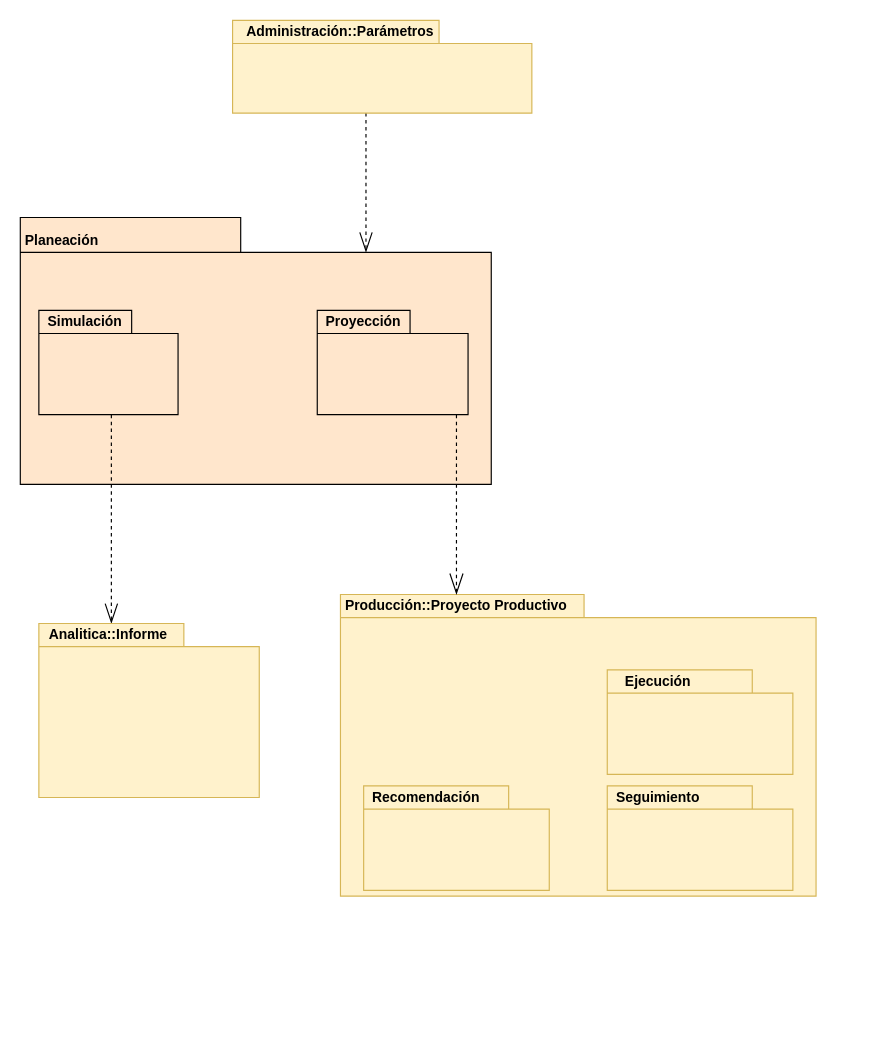
Above: EverGreen/Lab-I/DiagramaPaquetes.drawio in Sebassllr/Enfasis-III (draw.io), before the change. Source tidied: cells renumbered, new cells numbered last; positions are measured from the earlier drawing's top-left corner, leaving out a move shared by most shapes. Both pictures are drawn from the tidied source at 116%, with x=0, y=0 at pixel (20, 20).
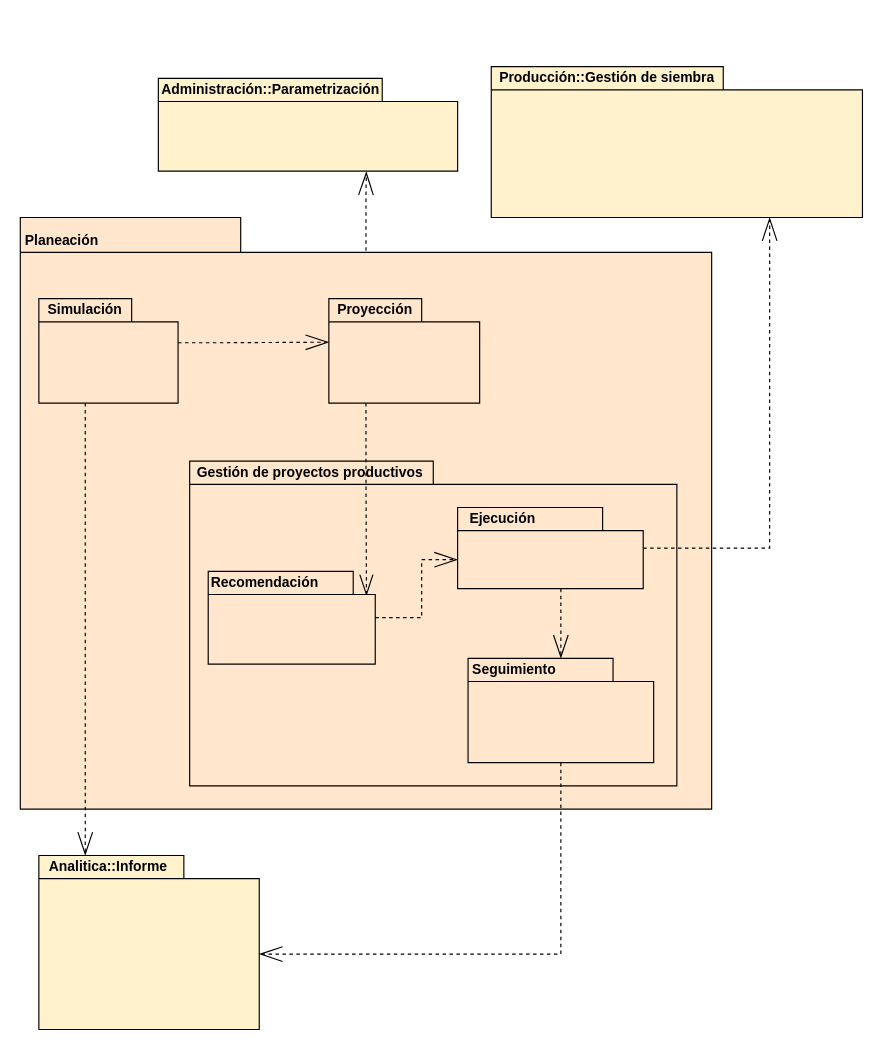
The same page after the edit.

Commit message:
Improve diagram based on JB comments

Diff of the diagram source:
```diff
@@
+    <mxCell id="23" style="edgeStyle=orthogonalEdgeStyle;rounded=0;jettySize=auto;html=1;entryX=0.695;entryY=1.006;entryDx=0;entryDy=0;entryPerimeter=0;dashed=1;endArrow=openThin;endFill=0;endSize=18;exitX=0.5;exitY=0.056;exitDx=0;exitDy=0;exitPerimeter=0;" parent="1" edge="1" source="3" target="17">
+      <mxGeometry relative="1" as="geometry" />
+    </mxCell>
+    <mxCell id="3" style="shape=folder;fontStyle=1;spacingTop=10;tabWidth=190;tabHeight=30;tabPosition=left;html=1;align=left;fillColor=#ffe6cc;" parent="1" vertex="1">
+      <mxGeometry y="170" width="596" height="510" as="geometry" />
+    </mxCell>
-    <mxCell id="2" style="shape=folder;fontStyle=1;spacingTop=10;tabWidth=210;tabHeight=20;tabPosition=left;html=1;align=left;fillColor=#fff2cc;strokeColor=#d6b656;" parent="1" vertex="1">
-      <mxGeometry x="276" y="495" width="410" height="260" as="geometry" />
+    <mxCell id="2" style="shape=folder;fontStyle=1;spacingTop=10;tabWidth=210;tabHeight=20;tabPosition=left;html=1;align=left;fillColor=#ffe6cc;" parent="1" vertex="1">
+      <mxGeometry x="146" y="380" width="420" height="280" as="geometry" />
     </mxCell>
-    <mxCell id="3" style="shape=folder;fontStyle=1;spacingTop=10;tabWidth=190;tabHeight=30;tabPosition=left;html=1;align=left;fillColor=#ffe6cc;" parent="1" vertex="1">
-      <mxGeometry y="170" width="406" height="230" as="geometry" />
-    </mxCell>
@@
-    <mxCell id="5" style="edgeStyle=orthogonalEdgeStyle;rounded=0;jettySize=auto;html=1;entryX=0;entryY=0;entryDx=62.5;entryDy=0;entryPerimeter=0;endArrow=openThin;endFill=0;dashed=1;strokeWidth=1;endSize=15;" parent="1" edge="1" source="6" target="12">
-      <mxGeometry relative="1" as="geometry">
-        <Array as="points">
-          <mxPoint x="79" y="425" />
-        </Array>
-      </mxGeometry>
-    </mxCell>
+    <mxCell id="24" style="edgeStyle=orthogonalEdgeStyle;rounded=0;jettySize=auto;html=1;dashed=1;endArrow=openThin;endFill=0;endSize=18;" parent="1" edge="1" source="6" target="13">
+      <mxGeometry relative="1" as="geometry">
+        <Array as="points">
+          <mxPoint x="56" y="560" />
+          <mxPoint x="56" y="560" />
+        </Array>
+      </mxGeometry>
+    </mxCell>
+    <mxCell id="25" style="edgeStyle=orthogonalEdgeStyle;rounded=0;jettySize=auto;html=1;entryX=0;entryY=0;entryDx=0;entryDy=37.5;entryPerimeter=0;dashed=1;endArrow=openThin;endFill=0;endSize=18;" parent="1" edge="1" source="6" target="9">
+      <mxGeometry relative="1" as="geometry">
+        <Array as="points">
+          <mxPoint x="166" y="278" />
+          <mxPoint x="166" y="278" />
+        </Array>
+      </mxGeometry>
+    </mxCell>
     <mxCell id="6" style="shape=folder;fontStyle=1;spacingTop=10;tabWidth=80;tabHeight=20;tabPosition=left;html=1;align=left;fillColor=#ffe6cc;" parent="1" vertex="1">
-      <mxGeometry x="16" y="250" width="120" height="90" as="geometry" />
+      <mxGeometry x="16" y="240" width="120" height="90" as="geometry" />
     </mxCell>
     <mxCell id="7" value="&lt;b&gt;Simulación&lt;/b&gt;" style="text;html=1;strokeColor=none;fillColor=none;align=center;verticalAlign=middle;whiteSpace=wrap;rounded=0;" parent="1" vertex="1">
-      <mxGeometry x="36" y="250" width="40" height="20" as="geometry" />
+      <mxGeometry x="36" y="240" width="40" height="20" as="geometry" />
     </mxCell>
-    <mxCell id="8" style="edgeStyle=orthogonalEdgeStyle;rounded=0;jettySize=auto;html=1;dashed=1;endArrow=openThin;endFill=0;endSize=16;strokeWidth=1;entryX=0.5;entryY=0;entryDx=0;entryDy=0;" parent="1" edge="1" source="9" target="19">
+    <mxCell id="8" style="edgeStyle=orthogonalEdgeStyle;rounded=0;jettySize=auto;html=1;dashed=1;endArrow=openThin;endFill=0;endSize=16;strokeWidth=1;entryX=0.96;entryY=1.05;entryDx=0;entryDy=0;entryPerimeter=0;" parent="1" edge="1" source="9" target="20">
       <mxGeometry relative="1" as="geometry">
         <Array as="points">
-          <mxPoint x="376" y="410" />
-          <mxPoint x="376" y="410" />
+          <mxPoint x="298" y="390" />
+          <mxPoint x="298" y="390" />
         </Array>
       </mxGeometry>
     </mxCell>
     <mxCell id="9" style="shape=folder;fontStyle=1;spacingTop=10;tabWidth=80;tabHeight=20;tabPosition=left;html=1;align=left;fillColor=#ffe6cc;" parent="1" vertex="1">
-      <mxGeometry x="256" y="250" width="130" height="90" as="geometry" />
+      <mxGeometry x="266" y="240" width="130" height="90" as="geometry" />
     </mxCell>
     <mxCell id="10" value="&lt;b&gt;Proyección&lt;/b&gt;" style="text;html=1;strokeColor=none;fillColor=none;align=center;verticalAlign=middle;whiteSpace=wrap;rounded=0;" parent="1" vertex="1">
-      <mxGeometry x="276" y="250" width="40" height="20" as="geometry" />
+      <mxGeometry x="286" y="240" width="40" height="20" as="geometry" />
     </mxCell>
+    <mxCell id="26" style="edgeStyle=orthogonalEdgeStyle;rounded=0;jettySize=auto;html=1;entryX=0;entryY=0;entryDx=0;entryDy=45;entryPerimeter=0;dashed=1;endArrow=openThin;endFill=0;endSize=18;" parent="1" edge="1" source="11" target="14">
+      <mxGeometry relative="1" as="geometry">
+        <Array as="points">
+          <mxPoint x="346" y="515" />
+          <mxPoint x="346" y="465" />
+        </Array>
+      </mxGeometry>
+    </mxCell>
-    <mxCell id="11" style="shape=folder;fontStyle=1;spacingTop=10;tabWidth=125;tabHeight=20;tabPosition=left;html=1;align=left;fillColor=#fff2cc;strokeColor=#d6b656;" parent="1" vertex="1">
-      <mxGeometry x="296" y="660" width="160" height="90" as="geometry" />
+    <mxCell id="11" style="shape=folder;fontStyle=1;spacingTop=10;tabWidth=125;tabHeight=20;tabPosition=left;html=1;align=left;fillColor=#ffe6cc;" parent="1" vertex="1">
+      <mxGeometry x="162" y="475" width="144" height="80" as="geometry" />
     </mxCell>
-    <mxCell id="12" style="shape=folder;fontStyle=1;spacingTop=10;tabWidth=125;tabHeight=20;tabPosition=left;html=1;align=left;fillColor=#fff2cc;strokeColor=#d6b656;" parent="1" vertex="1">
-      <mxGeometry x="16" y="520" width="190" height="150" as="geometry" />
+    <mxCell id="12" style="shape=folder;fontStyle=1;spacingTop=10;tabWidth=125;tabHeight=20;tabPosition=left;html=1;align=left;fillColor=#fff2cc;" parent="1" vertex="1">
+      <mxGeometry x="16" y="720" width="190" height="150" as="geometry" />
     </mxCell>
     <mxCell id="13" value="&lt;b&gt;Analitica::Informe&lt;/b&gt;" style="text;html=1;strokeColor=none;fillColor=none;align=center;verticalAlign=middle;whiteSpace=wrap;rounded=0;" parent="1" vertex="1">
-      <mxGeometry x="56" y="520" width="40" height="20" as="geometry" />
+      <mxGeometry x="56" y="720" width="40" height="20" as="geometry" />
     </mxCell>
+    <mxCell id="27" style="edgeStyle=orthogonalEdgeStyle;rounded=0;jettySize=auto;html=1;dashed=1;endArrow=openThin;endFill=0;endSize=18;" parent="1" edge="1" source="14" target="15">
+      <mxGeometry relative="1" as="geometry">
+        <Array as="points">
+          <mxPoint x="466" y="510" />
+          <mxPoint x="466" y="510" />
+        </Array>
+      </mxGeometry>
+    </mxCell>
+    <mxCell id="28" style="edgeStyle=orthogonalEdgeStyle;rounded=0;jettySize=auto;html=1;entryX=0.75;entryY=1;entryDx=0;entryDy=0;entryPerimeter=0;dashed=1;endArrow=openThin;endFill=0;endSize=18;" parent="1" edge="1" source="14" target="29">
+      <mxGeometry relative="1" as="geometry">
+        <Array as="points">
+          <mxPoint x="646" y="455" />
+        </Array>
+      </mxGeometry>
+    </mxCell>
-    <mxCell id="14" style="shape=folder;fontStyle=1;spacingTop=10;tabWidth=125;tabHeight=20;tabPosition=left;html=1;align=left;fillColor=#fff2cc;strokeColor=#d6b656;" parent="1" vertex="1">
-      <mxGeometry x="506" y="560" width="160" height="90" as="geometry" />
+    <mxCell id="14" style="shape=folder;fontStyle=1;spacingTop=10;tabWidth=125;tabHeight=20;tabPosition=left;html=1;align=left;fillColor=#ffe6cc;" parent="1" vertex="1">
+      <mxGeometry x="377" y="420" width="160" height="70" as="geometry" />
     </mxCell>
-    <mxCell id="15" style="shape=folder;fontStyle=1;spacingTop=10;tabWidth=125;tabHeight=20;tabPosition=left;html=1;align=left;fillColor=#fff2cc;strokeColor=#d6b656;" parent="1" vertex="1">
-      <mxGeometry x="506" y="660" width="160" height="90" as="geometry" />
+    <mxCell id="15" style="shape=folder;fontStyle=1;spacingTop=10;tabWidth=125;tabHeight=20;tabPosition=left;html=1;align=left;fillColor=#ffe6cc;" parent="1" vertex="1">
+      <mxGeometry x="386" y="550" width="160" height="90" as="geometry" />
     </mxCell>
-    <mxCell id="16" style="edgeStyle=orthogonalEdgeStyle;rounded=0;jettySize=auto;html=1;dashed=1;endArrow=openThin;endFill=0;endSize=15;strokeWidth=1;entryX=0;entryY=0;entryDx=298;entryDy=30;entryPerimeter=0;" parent="1" edge="1" source="17" target="3">
-      <mxGeometry relative="1" as="geometry">
-        <Array as="points">
-          <mxPoint x="298" y="140" />
-          <mxPoint x="298" y="140" />
-        </Array>
-      </mxGeometry>
-    </mxCell>
-    <mxCell id="17" style="shape=folder;fontStyle=1;spacingTop=10;tabWidth=178;tabHeight=20;tabPosition=left;html=1;align=left;fillColor=#fff2cc;strokeColor=#d6b656;" parent="1" vertex="1">
-      <mxGeometry x="183" width="258" height="80" as="geometry" />
+    <mxCell id="17" style="shape=folder;fontStyle=1;spacingTop=10;tabWidth=193;tabHeight=20;tabPosition=left;html=1;align=left;fillColor=#fff2cc;" parent="1" vertex="1">
+      <mxGeometry x="119" y="50" width="258" height="80" as="geometry" />
     </mxCell>
-    <mxCell id="18" value="&lt;b&gt;Administración::Parámetros&lt;/b&gt;" style="text;html=1;strokeColor=none;fillColor=none;align=center;verticalAlign=middle;whiteSpace=wrap;rounded=0;" parent="1" vertex="1">
-      <mxGeometry x="256" width="40" height="20" as="geometry" />
+    <mxCell id="18" value="&lt;b&gt;Administración::Parametrización&lt;/b&gt;" style="text;html=1;strokeColor=none;fillColor=none;align=center;verticalAlign=middle;whiteSpace=wrap;rounded=0;" parent="1" vertex="1">
+      <mxGeometry x="196" y="50" width="40" height="20" as="geometry" />
     </mxCell>
-    <mxCell id="19" value="&lt;b style=&quot;font-family: &amp;#34;helvetica&amp;#34;&quot;&gt;Producción::Proyecto Productivo&lt;/b&gt;" style="text;html=1;strokeColor=none;fillColor=none;align=center;verticalAlign=middle;whiteSpace=wrap;rounded=0;" parent="1" vertex="1">
-      <mxGeometry x="276" y="495" width="200" height="20" as="geometry" />
+    <mxCell id="19" value="&lt;b style=&quot;font-family: &amp;#34;helvetica&amp;#34;&quot;&gt;Gestión de proyectos productivos&lt;/b&gt;" style="text;html=1;strokeColor=none;fillColor=none;align=center;verticalAlign=middle;whiteSpace=wrap;rounded=0;" parent="1" vertex="1">
+      <mxGeometry x="150" y="380" width="200" height="20" as="geometry" />
     </mxCell>
     <mxCell id="20" value="&lt;b style=&quot;font-family: &amp;#34;helvetica&amp;#34;&quot;&gt;Recomendación&lt;/b&gt;" style="text;html=1;strokeColor=none;fillColor=none;align=center;verticalAlign=middle;whiteSpace=wrap;rounded=0;" parent="1" vertex="1">
-      <mxGeometry x="250" y="660" width="200" height="20" as="geometry" />
+      <mxGeometry x="116" y="475" width="190" height="20" as="geometry" />
     </mxCell>
     <mxCell id="21" value="&lt;b style=&quot;font-family: &amp;#34;helvetica&amp;#34;&quot;&gt;Ejecución&lt;/b&gt;" style="text;html=1;strokeColor=none;fillColor=none;align=center;verticalAlign=middle;whiteSpace=wrap;rounded=0;" parent="1" vertex="1">
-      <mxGeometry x="450" y="560" width="200" height="20" as="geometry" />
+      <mxGeometry x="316" y="420" width="200" height="20" as="geometry" />
     </mxCell>
     <mxCell id="22" value="&lt;b style=&quot;font-family: &amp;#34;helvetica&amp;#34;&quot;&gt;Seguimiento&lt;/b&gt;" style="text;html=1;strokeColor=none;fillColor=none;align=center;verticalAlign=middle;whiteSpace=wrap;rounded=0;" parent="1" vertex="1">
-      <mxGeometry x="450" y="660" width="200" height="20" as="geometry" />
+      <mxGeometry x="326" y="550" width="200" height="20" as="geometry" />
     </mxCell>
+    <mxCell id="29" style="shape=folder;fontStyle=1;spacingTop=10;tabWidth=200;tabHeight=20;tabPosition=left;html=1;align=left;fillColor=#fff2cc;" parent="1" vertex="1">
+      <mxGeometry x="406" y="40" width="320" height="130" as="geometry" />
+    </mxCell>
+    <mxCell id="30" value="&lt;font face=&quot;helvetica&quot;&gt;&lt;b&gt;Producción::Gestión de siembra&lt;/b&gt;&lt;/font&gt;" style="text;html=1;strokeColor=none;fillColor=none;align=center;verticalAlign=middle;whiteSpace=wrap;rounded=0;" parent="1" vertex="1">
+      <mxGeometry x="366" y="40" width="280" height="20" as="geometry" />
+    </mxCell>
+    <mxCell id="31" style="edgeStyle=orthogonalEdgeStyle;rounded=0;jettySize=auto;html=1;entryX=0;entryY=0;entryDx=190;entryDy=85;entryPerimeter=0;dashed=1;endArrow=openThin;endFill=0;endSize=18;exitX=0.5;exitY=1;exitDx=0;exitDy=0;exitPerimeter=0;" parent="1" edge="1" source="15" target="12">
+      <mxGeometry relative="1" as="geometry">
+        <Array as="points">
+          <mxPoint x="466" y="805" />
+        </Array>
+      </mxGeometry>
+    </mxCell>
```
